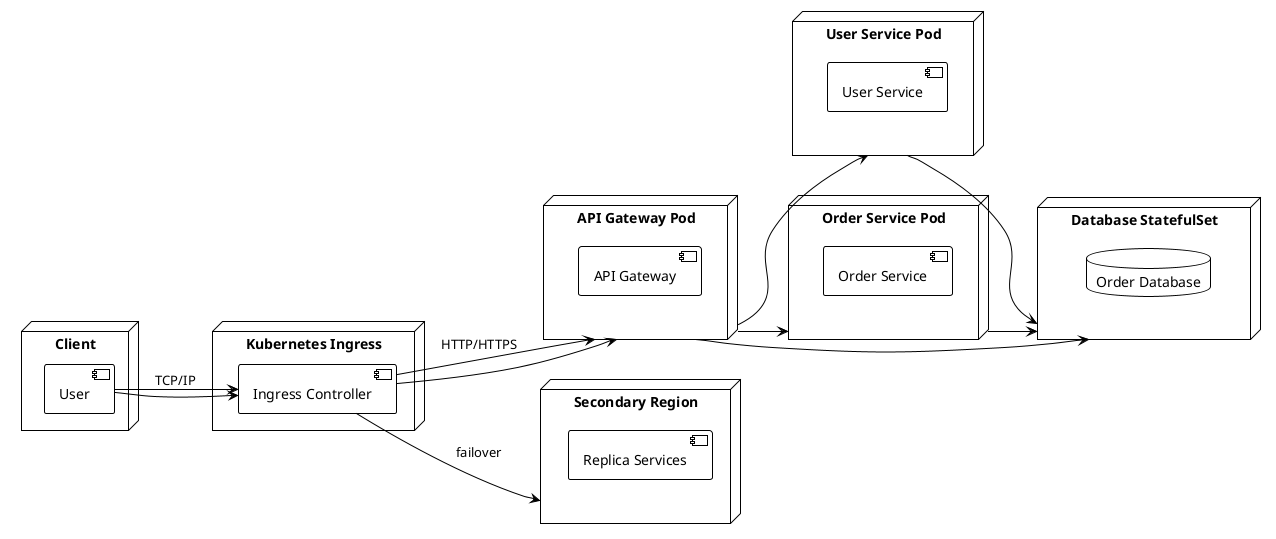
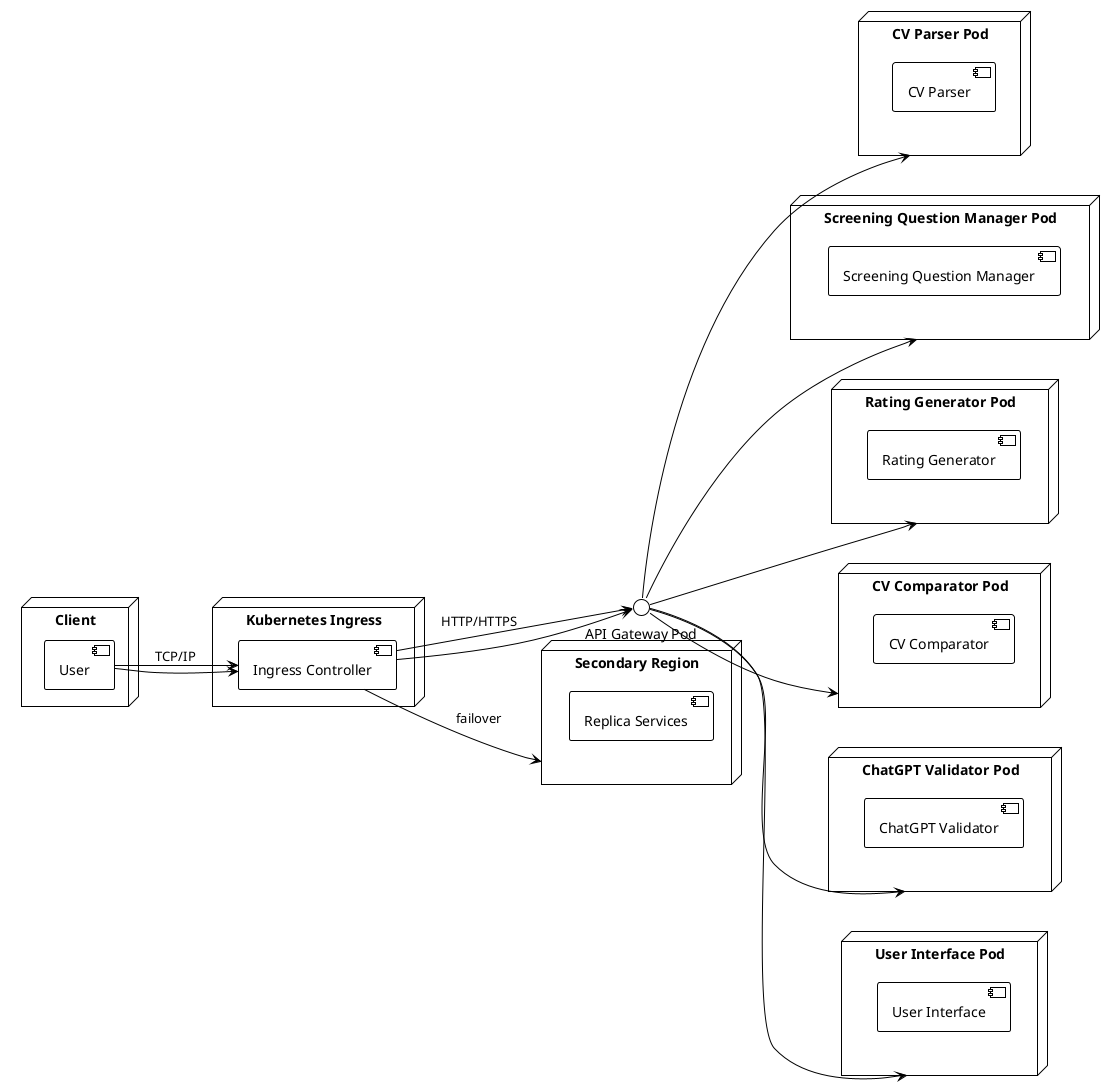
@startuml
!theme plain
left to right direction
node "Client" {
  component "User"
}
node "Kubernetes Ingress" {
  component "Ingress Controller"
}
- node "API Gateway Pod" {
-   component "API Gateway"
+ node "CV Parser Pod" {
+   component "CV Parser"
}
- node "User Service Pod" {
-   component "User Service"
+ node "Screening Question Manager Pod" {
+   component "Screening Question Manager"
}
- node "Order Service Pod" {
-   component "Order Service"
+ node "Rating Generator Pod" {
+   component "Rating Generator"
}
- node "Database StatefulSet" {
-   database "Order Database"
+ node "CV Comparator Pod" {
+   component "CV Comparator"
+ }
+ node "ChatGPT Validator Pod" {
+   component "ChatGPT Validator"
+ }
+ node "User Interface Pod" {
+   component "User Interface"
}
"User" --> "Ingress Controller" : TCP/IP
"Ingress Controller" --> "API Gateway Pod" : HTTP/HTTPS
"User" --> "Ingress Controller"
"Ingress Controller" --> "API Gateway Pod"
- "API Gateway Pod" --> "User Service Pod"
- "API Gateway Pod" --> "Order Service Pod"
- "API Gateway Pod" --> "Database StatefulSet"
- "User Service Pod" --> "Database StatefulSet"
- "Order Service Pod" --> "Database StatefulSet"
+ "API Gateway Pod" --> "CV Parser Pod"
+ "API Gateway Pod" --> "Screening Question Manager Pod"
+ "API Gateway Pod" --> "Rating Generator Pod"
+ "API Gateway Pod" --> "CV Comparator Pod"
+ "API Gateway Pod" --> "ChatGPT Validator Pod"
+ "API Gateway Pod" --> "User Interface Pod"
node "Secondary Region" {
  component "Replica Services"
}
"Ingress Controller" --> "Secondary Region" : failover
@enduml